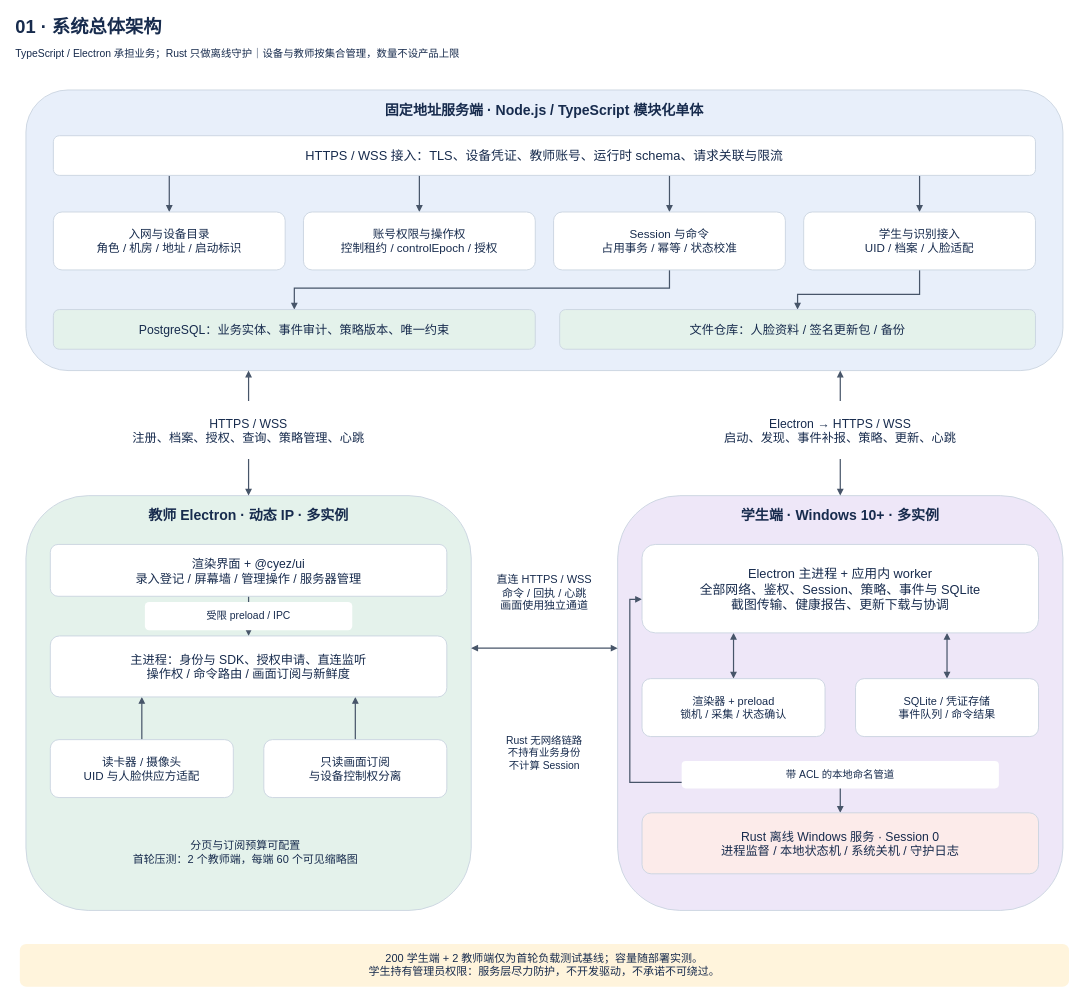
This is page "01 · 系统总体架构" (1 of 10) of docs/architecture.drawio from lmyzzzz/cyez-library-management, a draw.io file, before an edit. Source tidied: cells renumbered, new cells numbered last; positions are measured from the earlier drawing's top-left corner, leaving out a move shared by most shapes. Both pictures are drawn from the tidied source at 61%, with x=0, y=0 at pixel (10, 10).
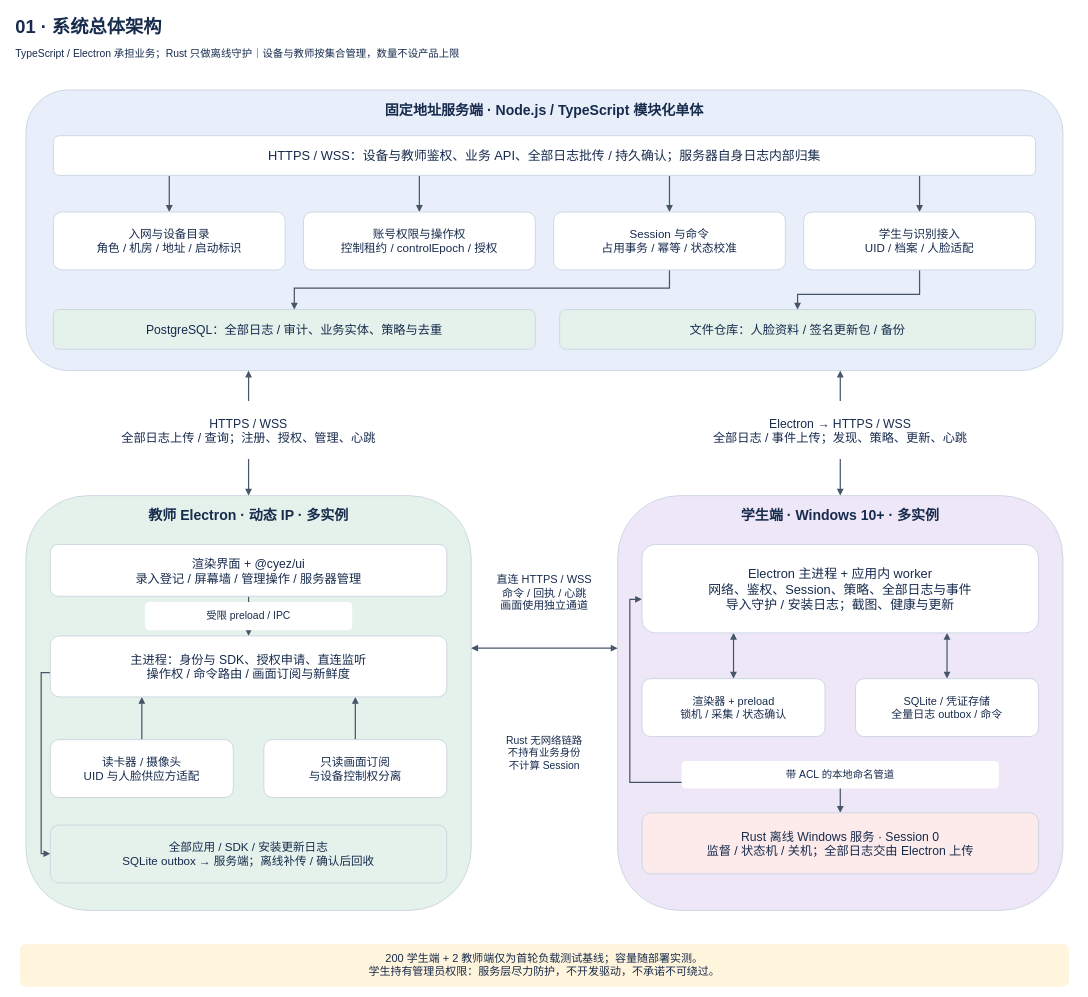
After the change.

The change refers to these unchanged cells:
```xml
<mxCell id="32" value="主进程：身份与 SDK、授权申请、直连监听&#10;操作权 / 命令路由 / 画面订阅与新鲜度" style="rounded=1;whiteSpace=wrap;html=0;fillColor=#ffffff;strokeColor=#cbd5e1;strokeWidth=1.5;fontColor=#172b4d;fontFamily=Microsoft YaHei;fontSize=20;fontStyle=0;align=center;verticalAlign=middle;spacing=8;" parent="1" vertex="1">
  <mxGeometry x="65" y="1025" width="650" height="100" as="geometry" />
</mxCell>
```

Change to the diagram source:
```diff
@@
+    <mxCell id="48" style="edgeStyle=none;rounded=0;html=0;strokeColor=#475569;strokeWidth=2;endArrow=block;endFill=1;startArrow=none;startFill=1;dashed=0;exitX=0.0;exitY=0.6;exitPerimeter=0;entryX=0.0;entryY=0.49473684210526314;entryPerimeter=0;" parent="1" edge="1" source="32" target="49">
+      <mxGeometry relative="1" as="geometry">
+        <Array as="points">
+          <mxPoint x="50" y="1085" />
+          <mxPoint x="50" y="1382" />
+        </Array>
+      </mxGeometry>
+    </mxCell>
@@
-    <mxCell id="23" value="HTTPS / WSS 接入：TLS、设备凭证、教师账号、运行时 schema、请求关联与限流" style="rounded=1;whiteSpace=wrap;html=0;fillColor=#ffffff;strokeColor=#cbd5e1;strokeWidth=1.5;fontColor=#172b4d;fontFamily=Microsoft YaHei;fontSize=21;fontStyle=0;align=center;verticalAlign=middle;spacing=8;" parent="1" vertex="1">
+    <mxCell id="23" value="HTTPS / WSS：设备与教师鉴权、业务 API、全部日志批传 / 持久确认；服务器自身日志内部归集" style="rounded=1;whiteSpace=wrap;html=0;fillColor=#ffffff;strokeColor=#cbd5e1;strokeWidth=1.5;fontColor=#172b4d;fontFamily=Microsoft YaHei;fontSize=21;fontStyle=0;align=center;verticalAlign=middle;spacing=8;" parent="1" vertex="1">
       <mxGeometry x="70" y="205" width="1610" height="65" as="geometry" />
     </mxCell>
@@
-    <mxCell id="28" value="PostgreSQL：业务实体、事件审计、策略版本、唯一约束" style="rounded=1;whiteSpace=wrap;html=0;fillColor=#e4f2eb;strokeColor=#cbd5e1;strokeWidth=1.5;fontColor=#172b4d;fontFamily=Microsoft YaHei;fontSize=20;fontStyle=0;align=center;verticalAlign=middle;spacing=8;" parent="1" vertex="1">
+    <mxCell id="28" value="PostgreSQL：全部日志 / 审计、业务实体、策略与去重" style="rounded=1;whiteSpace=wrap;html=0;fillColor=#e4f2eb;strokeColor=#cbd5e1;strokeWidth=1.5;fontColor=#172b4d;fontFamily=Microsoft YaHei;fontSize=20;fontStyle=0;align=center;verticalAlign=middle;spacing=8;" parent="1" vertex="1">
       <mxGeometry x="70" y="490" width="790" height="65" as="geometry" />
     </mxCell>
@@
-    <mxCell id="36" value="分页与订阅预算可配置&#10;首轮压测：2 个教师端，每端 60 个可见缩略图" style="rounded=1;whiteSpace=wrap;html=0;fillColor=none;strokeColor=none;strokeWidth=1.5;fontColor=#172b4d;fontFamily=Microsoft YaHei;fontSize=18;fontStyle=0;align=center;verticalAlign=middle;spacing=8;" parent="1" vertex="1">
-      <mxGeometry x="60" y="1335" width="650" height="90" as="geometry" />
-    </mxCell>
+    <mxCell id="49" value="全部应用 / SDK / 安装更新日志&#10;SQLite outbox → 服务端；离线补传 / 确认后回收" style="rounded=1;whiteSpace=wrap;html=0;fillColor=#e4f2eb;strokeColor=#cbd5e1;strokeWidth=1.5;fontColor=#172b4d;fontFamily=Microsoft YaHei;fontSize=19;fontStyle=0;align=center;verticalAlign=middle;spacing=8;" parent="1" vertex="1">
+      <mxGeometry x="65" y="1335" width="650" height="95" as="geometry" />
+    </mxCell>
@@
-    <mxCell id="38" value="Electron 主进程 + 应用内 worker&#10;全部网络、鉴权、Session、策略、事件与 SQLite&#10;截图传输、健康报告、更新下载与协调" style="rounded=1;whiteSpace=wrap;html=0;fillColor=#ffffff;strokeColor=#cbd5e1;strokeWidth=1.5;fontColor=#172b4d;fontFamily=Microsoft YaHei;fontSize=21;fontStyle=0;align=center;verticalAlign=middle;spacing=8;" parent="1" vertex="1">
+    <mxCell id="38" value="Electron 主进程 + 应用内 worker&#10;网络、鉴权、Session、策略、全部日志与事件&#10;导入守护 / 安装日志；截图、健康与更新" style="rounded=1;whiteSpace=wrap;html=0;fillColor=#ffffff;strokeColor=#cbd5e1;strokeWidth=1.5;fontColor=#172b4d;fontFamily=Microsoft YaHei;fontSize=21;fontStyle=0;align=center;verticalAlign=middle;spacing=8;" parent="1" vertex="1">
       <mxGeometry x="1035" y="875" width="650" height="145" as="geometry" />
     </mxCell>
@@
-    <mxCell id="40" value="SQLite / 凭证存储&#10;事件队列 / 命令结果" style="rounded=1;whiteSpace=wrap;html=0;fillColor=#ffffff;strokeColor=#cbd5e1;strokeWidth=1.5;fontColor=#172b4d;fontFamily=Microsoft YaHei;fontSize=18;fontStyle=0;align=center;verticalAlign=middle;spacing=8;" parent="1" vertex="1">
+    <mxCell id="40" value="SQLite / 凭证存储&#10;全量日志 outbox / 命令" style="rounded=1;whiteSpace=wrap;html=0;fillColor=#ffffff;strokeColor=#cbd5e1;strokeWidth=1.5;fontColor=#172b4d;fontFamily=Microsoft YaHei;fontSize=18;fontStyle=0;align=center;verticalAlign=middle;spacing=8;" parent="1" vertex="1">
       <mxGeometry x="1385" y="1095" width="300" height="95" as="geometry" />
     </mxCell>
-    <mxCell id="41" value="Rust 离线 Windows 服务 · Session 0&#10;进程监督 / 本地状态机 / 系统关机 / 守护日志" style="rounded=1;whiteSpace=wrap;html=0;fillColor=#fcebea;strokeColor=#cbd5e1;strokeWidth=1.5;fontColor=#172b4d;fontFamily=Microsoft YaHei;fontSize=20;fontStyle=0;align=center;verticalAlign=middle;spacing=8;" parent="1" vertex="1">
+    <mxCell id="41" value="Rust 离线 Windows 服务 · Session 0&#10;监督 / 状态机 / 关机；全部日志交由 Electron 上传" style="rounded=1;whiteSpace=wrap;html=0;fillColor=#fcebea;strokeColor=#cbd5e1;strokeWidth=1.5;fontColor=#172b4d;fontFamily=Microsoft YaHei;fontSize=20;fontStyle=0;align=center;verticalAlign=middle;spacing=8;" parent="1" vertex="1">
       <mxGeometry x="1035" y="1315" width="650" height="100" as="geometry" />
     </mxCell>
@@
-    <mxCell id="43" value="HTTPS / WSS&#10;注册、档案、授权、查询、策略管理、心跳" style="rounded=1;whiteSpace=wrap;html=0;fillColor=#ffffff;strokeColor=none;strokeWidth=1.5;fontColor=#172b4d;fontFamily=Microsoft YaHei;fontSize=20;fontStyle=0;align=center;verticalAlign=middle;spacing=8;" parent="1" vertex="1">
+    <mxCell id="43" value="HTTPS / WSS&#10;全部日志上传 / 查询；注册、授权、管理、心跳" style="rounded=1;whiteSpace=wrap;html=0;fillColor=#ffffff;strokeColor=none;strokeWidth=1.5;fontColor=#172b4d;fontFamily=Microsoft YaHei;fontSize=20;fontStyle=0;align=center;verticalAlign=middle;spacing=8;" parent="1" vertex="1">
       <mxGeometry x="75" y="640" width="630" height="95" as="geometry" />
     </mxCell>
-    <mxCell id="44" value="Electron → HTTPS / WSS&#10;启动、发现、事件补报、策略、更新、心跳" style="rounded=1;whiteSpace=wrap;html=0;fillColor=#ffffff;strokeColor=none;strokeWidth=1.5;fontColor=#172b4d;fontFamily=Microsoft YaHei;fontSize=20;fontStyle=0;align=center;verticalAlign=middle;spacing=8;" parent="1" vertex="1">
+    <mxCell id="44" value="Electron → HTTPS / WSS&#10;全部日志 / 事件上传；发现、策略、更新、心跳" style="rounded=1;whiteSpace=wrap;html=0;fillColor=#ffffff;strokeColor=none;strokeWidth=1.5;fontColor=#172b4d;fontFamily=Microsoft YaHei;fontSize=20;fontStyle=0;align=center;verticalAlign=middle;spacing=8;" parent="1" vertex="1">
       <mxGeometry x="1045" y="640" width="630" height="95" as="geometry" />
     </mxCell>
```
